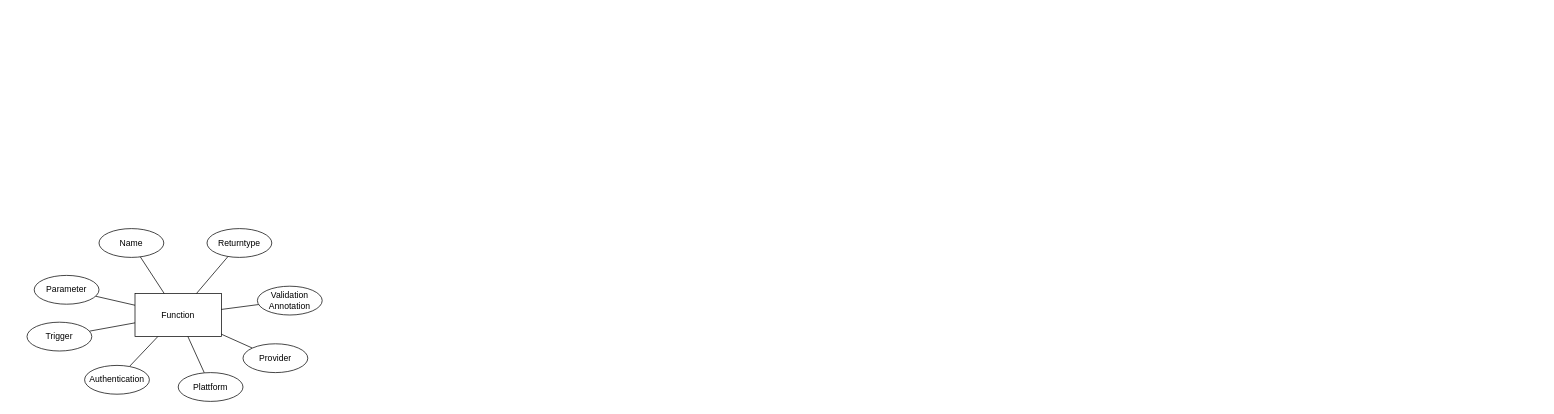
Earlier version of the draw.io diagram images/process.drawio (Masterarbeit-2023/.github). Source tidied: cells renumbered, new cells numbered last; positions are measured from the earlier drawing's top-left corner, leaving out a move shared by most shapes. Both pictures are drawn from the tidied source at 72%, with x=0, y=0 at pixel (27, 228). Pictures stored in the file or linked from it are replaced by grey dashed boxes.
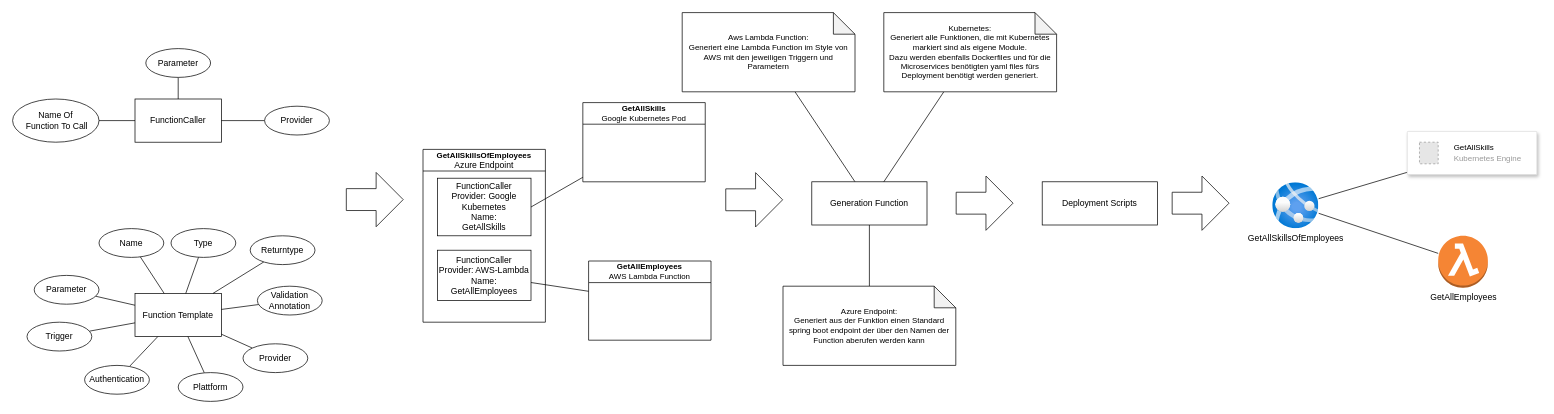
The same diagram, later.

The edit, as a diff of the source:
```diff
@@
-    <mxCell id="2" value="Function" style="rounded=0;whiteSpace=wrap;html=1;" parent="1" vertex="1">
+    <mxCell id="2" value="Function Template" style="rounded=0;whiteSpace=wrap;html=1;" parent="1" vertex="1">
       <mxGeometry x="150" y="90" width="120" height="60" as="geometry" />
     </mxCell>
@@
     <mxCell id="6" value="Returntype" style="ellipse;whiteSpace=wrap;html=1;" parent="1" vertex="1">
-      <mxGeometry x="250" width="90" height="40" as="geometry" />
+      <mxGeometry x="310" y="10" width="90" height="40" as="geometry" />
     </mxCell>
@@
+    <mxCell id="19" value="FunctionCaller" style="rounded=0;whiteSpace=wrap;html=1;" parent="1" vertex="1">
+      <mxGeometry x="150" y="-180" width="120" height="60" as="geometry" />
+    </mxCell>
+    <mxCell id="20" style="edgeStyle=none;shape=connector;rounded=0;jettySize=auto;html=1;labelBackgroundColor=default;strokeColor=default;fontFamily=Helvetica;fontSize=11;fontColor=default;endArrow=none;endFill=0;" parent="1" edge="1" source="21" target="19">
+      <mxGeometry relative="1" as="geometry" />
+    </mxCell>
+    <mxCell id="21" value="Name Of&lt;br&gt;&amp;nbsp;Function To Call" style="ellipse;whiteSpace=wrap;html=1;" parent="1" vertex="1">
+      <mxGeometry x="-20" y="-180" width="120" height="60" as="geometry" />
+    </mxCell>
+    <mxCell id="22" style="edgeStyle=none;shape=connector;rounded=0;jettySize=auto;html=1;labelBackgroundColor=default;strokeColor=default;fontFamily=Helvetica;fontSize=11;fontColor=default;endArrow=none;endFill=0;" parent="1" edge="1" source="23" target="19">
+      <mxGeometry relative="1" as="geometry" />
+    </mxCell>
+    <mxCell id="23" value="Parameter" style="ellipse;whiteSpace=wrap;html=1;" parent="1" vertex="1">
+      <mxGeometry x="165" y="-250" width="90" height="40" as="geometry" />
+    </mxCell>
+    <mxCell id="24" style="shape=flexArrow;endArrow=classic;html=1;rounded=0;labelBackgroundColor=default;strokeColor=default;fontFamily=Helvetica;fontSize=11;fontColor=default;endWidth=44;endSize=12.2;width=30.4;" parent="1" edge="1">
+      <mxGeometry relative="1" as="geometry">
+        <mxPoint x="970" y="-40" as="sourcePoint" />
+        <mxPoint x="1050" y="-40" as="targetPoint" />
+      </mxGeometry>
+    </mxCell>
+    <mxCell id="25" style="edgeStyle=none;shape=connector;rounded=0;jettySize=auto;html=1;labelBackgroundColor=default;strokeColor=default;fontFamily=Helvetica;fontSize=11;fontColor=default;endArrow=none;endFill=0;" parent="1" edge="1" source="26" target="2">
+      <mxGeometry relative="1" as="geometry" />
+    </mxCell>
+    <mxCell id="26" value="Type" style="ellipse;whiteSpace=wrap;html=1;" parent="1" vertex="1">
+      <mxGeometry x="200" width="90" height="40" as="geometry" />
+    </mxCell>
+    <mxCell id="27" style="edgeStyle=none;shape=connector;rounded=0;jettySize=auto;html=1;labelBackgroundColor=default;strokeColor=default;fontFamily=Helvetica;fontSize=11;fontColor=default;endArrow=none;endFill=0;" parent="1" edge="1" source="28" target="50">
+      <mxGeometry relative="1" as="geometry" />
+    </mxCell>
+    <mxCell id="28" value="Generation Function" style="rounded=0;whiteSpace=wrap;html=1;" parent="1" vertex="1">
+      <mxGeometry x="1090" y="-65" width="160" height="60" as="geometry" />
+    </mxCell>
+    <mxCell id="29" style="shape=flexArrow;endArrow=classic;html=1;rounded=0;labelBackgroundColor=default;strokeColor=default;fontFamily=Helvetica;fontSize=11;fontColor=default;endWidth=44;endSize=12.2;width=30.4;" parent="1" edge="1">
+      <mxGeometry relative="1" as="geometry">
+        <mxPoint x="1290" y="-35.3" as="sourcePoint" />
+        <mxPoint x="1370" y="-35.3" as="targetPoint" />
+      </mxGeometry>
+    </mxCell>
+    <mxCell id="30" value="Deployment Scripts" style="rounded=0;whiteSpace=wrap;html=1;" parent="1" vertex="1">
+      <mxGeometry x="1410" y="-65" width="160" height="60" as="geometry" />
+    </mxCell>
+    <mxCell id="31" style="shape=flexArrow;endArrow=classic;html=1;rounded=0;labelBackgroundColor=default;strokeColor=default;fontFamily=Helvetica;fontSize=11;fontColor=default;endWidth=44;endSize=12.2;width=30.4;" parent="1" edge="1">
+      <mxGeometry relative="1" as="geometry">
+        <mxPoint x="443" y="-40.3" as="sourcePoint" />
+        <mxPoint x="523" y="-40.3" as="targetPoint" />
+      </mxGeometry>
+    </mxCell>
+    <mxCell id="32" style="edgeStyle=none;shape=connector;rounded=0;jettySize=auto;html=1;labelBackgroundColor=default;strokeColor=default;fontFamily=Helvetica;fontSize=11;fontColor=default;endArrow=none;endFill=0;" parent="1" edge="1" source="33" target="19">
+      <mxGeometry relative="1" as="geometry" />
+    </mxCell>
+    <mxCell id="33" value="Provider" style="ellipse;whiteSpace=wrap;html=1;" parent="1" vertex="1">
+      <mxGeometry x="330" y="-170" width="90" height="40" as="geometry" />
+    </mxCell>
+    <mxCell id="34" value="GetAllSkillsOfEmployees&lt;br style=&quot;border-color: var(--border-color); font-size: 12px; font-weight: 400; text-align: left;&quot;&gt;&lt;span style=&quot;font-size: 12px; font-weight: 400; text-align: left;&quot;&gt;Azure Endpoint&lt;/span&gt;" style="swimlane;whiteSpace=wrap;html=1;fontFamily=Helvetica;fontSize=11;fontColor=default;startSize=30;" parent="1" vertex="1">
+      <mxGeometry x="550" y="-110" width="170" height="240" as="geometry" />
+    </mxCell>
+    <mxCell id="35" value="FunctionCaller&lt;br&gt;Provider: Google Kubernetes&lt;br&gt;Name:&lt;br&gt;GetAllSkills" style="rounded=0;whiteSpace=wrap;html=1;" parent="34" vertex="1">
+      <mxGeometry x="20" y="40" width="130" height="80" as="geometry" />
+    </mxCell>
+    <mxCell id="36" value="FunctionCaller&lt;br&gt;Provider: AWS-Lambda&lt;br&gt;Name: GetAllEmployees" style="rounded=0;whiteSpace=wrap;html=1;" parent="34" vertex="1">
+      <mxGeometry x="20" y="140" width="130" height="70" as="geometry" />
+    </mxCell>
+    <mxCell id="37" value="GetAllSkills&lt;br style=&quot;border-color: var(--border-color); font-size: 12px; font-weight: 400; text-align: left;&quot;&gt;&lt;span style=&quot;font-weight: normal;&quot;&gt;Google Kubernetes Pod&lt;/span&gt;" style="swimlane;whiteSpace=wrap;html=1;fontFamily=Helvetica;fontSize=11;fontColor=default;startSize=30;" parent="1" vertex="1">
+      <mxGeometry x="772" y="-175" width="170" height="110" as="geometry" />
+    </mxCell>
+    <mxCell id="38" style="edgeStyle=none;shape=connector;rounded=0;jettySize=auto;html=1;exitX=1;exitY=0.5;exitDx=0;exitDy=0;labelBackgroundColor=default;strokeColor=default;fontFamily=Helvetica;fontSize=11;fontColor=default;endArrow=none;endFill=0;" parent="1" edge="1" source="35" target="37">
+      <mxGeometry relative="1" as="geometry" />
+    </mxCell>
+    <mxCell id="39" value="GetAllEmployees&lt;br&gt;&lt;span style=&quot;font-weight: 400;&quot;&gt;AWS Lambda Function&lt;/span&gt;" style="swimlane;whiteSpace=wrap;html=1;fontFamily=Helvetica;fontSize=11;fontColor=default;startSize=30;" parent="1" vertex="1">
+      <mxGeometry x="780" y="45" width="170" height="110" as="geometry" />
+    </mxCell>
+    <mxCell id="40" style="shape=flexArrow;endArrow=classic;html=1;rounded=0;labelBackgroundColor=default;strokeColor=default;fontFamily=Helvetica;fontSize=11;fontColor=default;endWidth=44;endSize=12.2;width=30.4;" parent="1" edge="1">
+      <mxGeometry relative="1" as="geometry">
+        <mxPoint x="1590" y="-35.3" as="sourcePoint" />
+        <mxPoint x="1670" y="-35.3" as="targetPoint" />
+      </mxGeometry>
+    </mxCell>
+    <mxCell id="41" style="edgeStyle=none;shape=connector;rounded=0;jettySize=auto;html=1;labelBackgroundColor=default;strokeColor=default;fontFamily=Helvetica;fontSize=11;fontColor=default;endArrow=none;endFill=0;" parent="1" edge="1" source="43" target="45">
+      <mxGeometry relative="1" as="geometry" />
+    </mxCell>
+    <mxCell id="42" style="edgeStyle=none;shape=connector;rounded=0;jettySize=auto;html=1;labelBackgroundColor=default;strokeColor=default;fontFamily=Helvetica;fontSize=11;fontColor=default;endArrow=none;endFill=0;" parent="1" edge="1" source="43" target="44">
+      <mxGeometry relative="1" as="geometry" />
+    </mxCell>
+    <mxCell id="43" value="GetAllSkillsOfEmployees" style="image;html=1;points=[];align=center;fontSize=12;image=img/lib/azure2/app_services/App_Services.svg;fontFamily=Helvetica;fontColor=default;" parent="1" vertex="1">
+      <mxGeometry x="1730" y="-64" width="64" height="64" as="geometry" />
+    </mxCell>
+    <mxCell id="44" value="&lt;font style=&quot;font-size: 12px;&quot;&gt;GetAllEmployees&lt;/font&gt;" style="outlineConnect=0;dashed=0;verticalLabelPosition=bottom;verticalAlign=top;align=center;html=1;shape=mxgraph.aws3.lambda_function;fillColor=#F58534;gradientColor=none;fontFamily=Helvetica;fontSize=11;fontColor=default;" parent="1" vertex="1">
+      <mxGeometry x="1960" y="10" width="69" height="72" as="geometry" />
+    </mxCell>
+    <mxCell id="45" style="strokeColor=#dddddd;shadow=1;strokeWidth=1;rounded=1;absoluteArcSize=1;arcSize=2;fontFamily=Helvetica;fontSize=11;fontColor=default;" parent="1" vertex="1">
+      <mxGeometry x="1917" y="-135" width="180" height="60" as="geometry" />
+    </mxCell>
+    <mxCell id="46" value="&lt;font color=&quot;#000000&quot;&gt;GetAllSkills&lt;/font&gt;&lt;br&gt;Kubernetes Engine" style="fillColor=#E6E6E6;strokeColor=#999999;dashed=1;html=1;fontColor=#999999;verticalLabelPosition=middle;labelBackgroundColor=#ffffff;verticalAlign=middle;labelPosition=right;align=left;spacingLeft=20;fontFamily=Helvetica;fontSize=11;" parent="45" vertex="1">
+      <mxGeometry width="26" height="30" relative="1" as="geometry">
+        <mxPoint x="17" y="15" as="offset" />
+      </mxGeometry>
+    </mxCell>
+    <mxCell id="47" style="edgeStyle=none;shape=connector;rounded=0;jettySize=auto;html=1;labelBackgroundColor=default;strokeColor=default;fontFamily=Helvetica;fontSize=11;fontColor=default;endArrow=none;endFill=0;" parent="1" edge="1" source="36" target="39">
+      <mxGeometry relative="1" as="geometry" />
+    </mxCell>
+    <mxCell id="48" style="edgeStyle=none;shape=connector;rounded=0;jettySize=auto;html=1;labelBackgroundColor=default;strokeColor=default;fontFamily=Helvetica;fontSize=11;fontColor=default;endArrow=none;endFill=0;" parent="1" edge="1" source="49" target="28">
+      <mxGeometry relative="1" as="geometry" />
+    </mxCell>
+    <mxCell id="49" value="Kubernetes:&lt;br&gt;Generiert alle Funktionen, die mit Kubernetes markiert sind als eigene Module.&lt;br&gt;Dazu werden ebenfalls Dockerfiles und für die Microservices benötigten yaml files fürs Deployment benötigt werden generiert." style="shape=note;whiteSpace=wrap;html=1;backgroundOutline=1;darkOpacity=0.05;fontFamily=Helvetica;fontSize=11;fontColor=default;" parent="1" vertex="1">
+      <mxGeometry x="1190" y="-300" width="240" height="110" as="geometry" />
+    </mxCell>
+    <mxCell id="50" value="Aws Lambda Function:&lt;br&gt;Generiert eine Lambda Function im Style von AWS mit den jeweiligen Triggern und Parametern" style="shape=note;whiteSpace=wrap;html=1;backgroundOutline=1;darkOpacity=0.05;fontFamily=Helvetica;fontSize=11;fontColor=default;" parent="1" vertex="1">
+      <mxGeometry x="910" y="-300" width="240" height="110" as="geometry" />
+    </mxCell>
+    <mxCell id="51" style="edgeStyle=none;shape=connector;rounded=0;jettySize=auto;html=1;labelBackgroundColor=default;strokeColor=default;fontFamily=Helvetica;fontSize=11;fontColor=default;endArrow=none;endFill=0;" parent="1" edge="1" source="52" target="28">
+      <mxGeometry relative="1" as="geometry" />
+    </mxCell>
+    <mxCell id="52" value="Azure Endpoint:&lt;br&gt;Generiert aus der Funktion einen Standard spring boot endpoint der über den Namen der Function aberufen werden kann" style="shape=note;whiteSpace=wrap;html=1;backgroundOutline=1;darkOpacity=0.05;fontFamily=Helvetica;fontSize=11;fontColor=default;" parent="1" vertex="1">
+      <mxGeometry x="1050" y="80" width="240" height="110" as="geometry" />
+    </mxCell>
```
